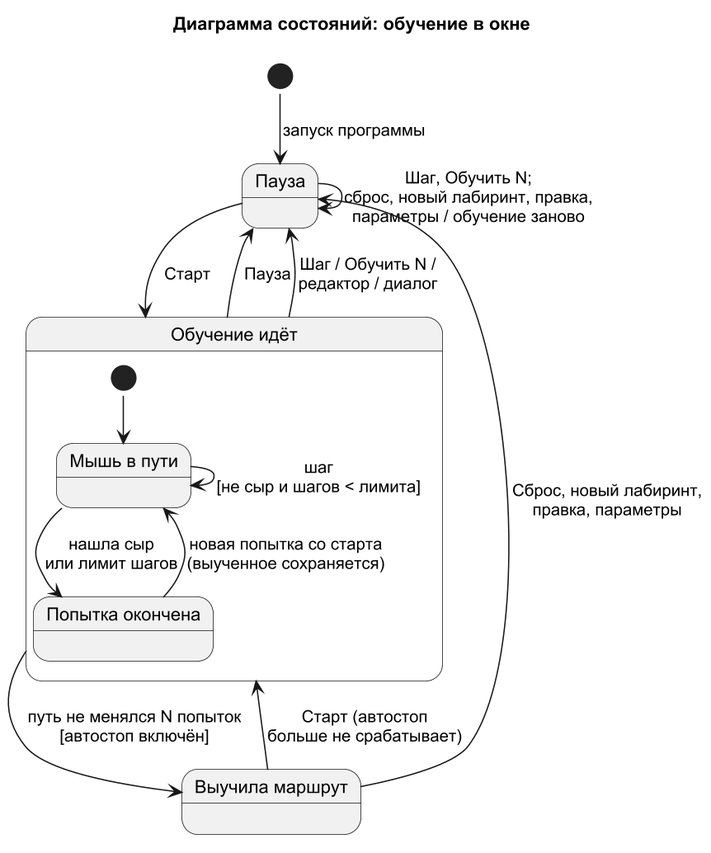
Before: docs/uml/state_training.png, a diagram exported from PlantUML (azatmn/mouse-maze).
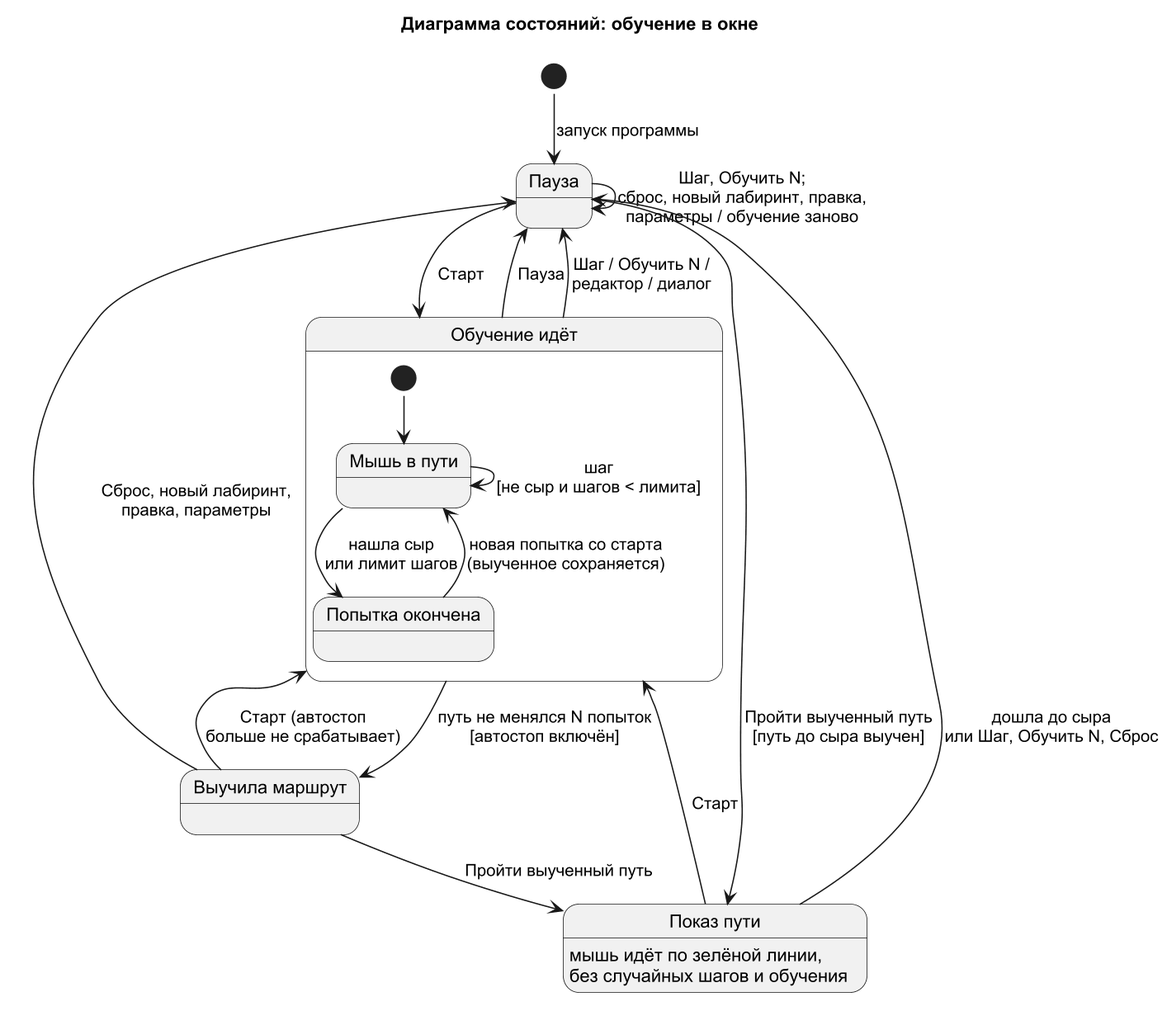
After the commit.

The edit, as a diff of the source:
```diff
@@ -17,6 +17,7 @@
   Done --> OnWay : новая попытка со старта\n(выученное сохраняется)
 }
 state "Выучила маршрут" as Learned
+state "Показ пути" as Replay : мышь идёт по зелёной линии,\nбез случайных шагов и обучения
 
 Pause --> Running : Старт
 Running --> Pause : Пауза
@@ -25,4 +26,8 @@
 Pause --> Pause : Шаг, Обучить N;\nсброс, новый лабиринт, правка,\nпараметры / обучение заново
 Running --> Pause : Шаг / Обучить N /\nредактор / диалог
 Learned --> Pause : Сброс, новый лабиринт,\nправка, параметры
+Learned --> Replay : Пройти выученный путь
+Pause --> Replay : Пройти выученный путь\n[путь до сыра выучен]
+Replay --> Pause : дошла до сыра\nили Шаг, Обучить N, Сброс
+Replay --> Running : Старт
 @enduml
```
